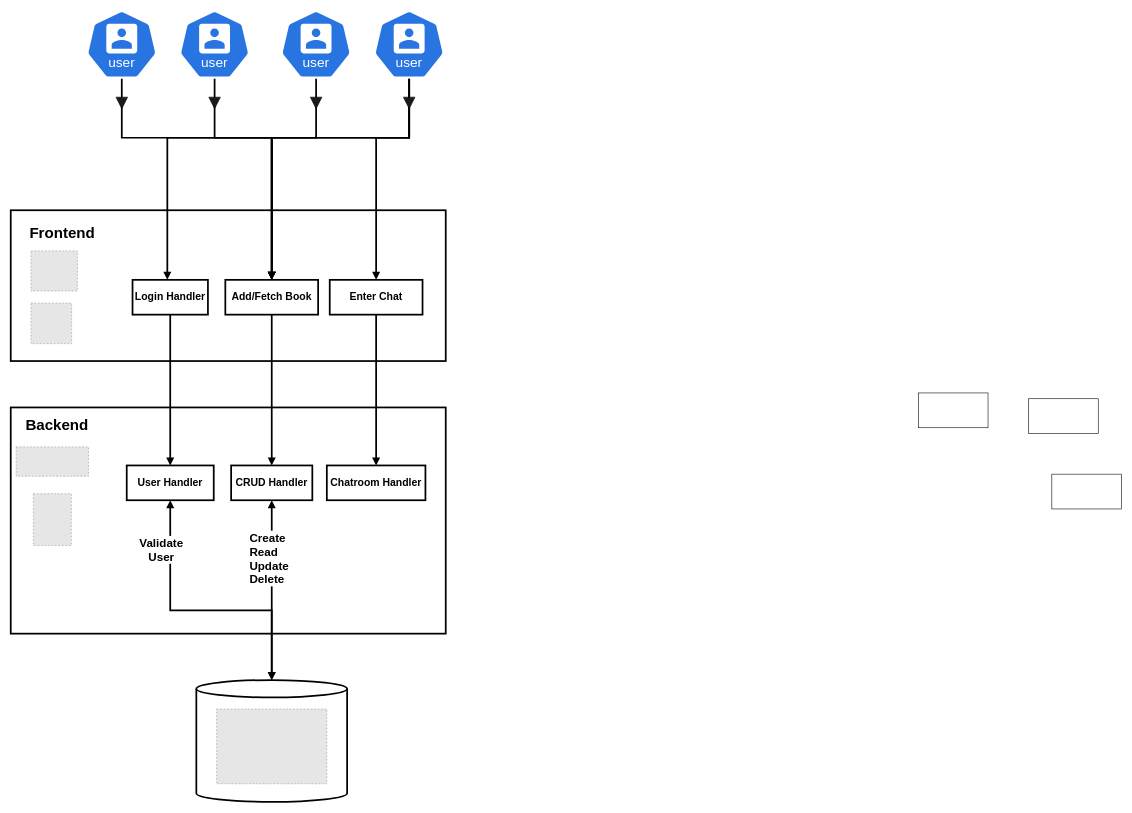
Above: docs/HighLevel_Architecture.drawio in Carnoustie/theinfinitelibrary (draw.io), before the change. Source tidied: cells renumbered, new cells numbered last; positions are measured from the earlier drawing's top-left corner, leaving out a move shared by most shapes. Both pictures are drawn from the tidied source at 58%, with x=0, y=0 at pixel (10, 10). Pictures stored in the file or linked from it are replaced by grey dashed boxes.
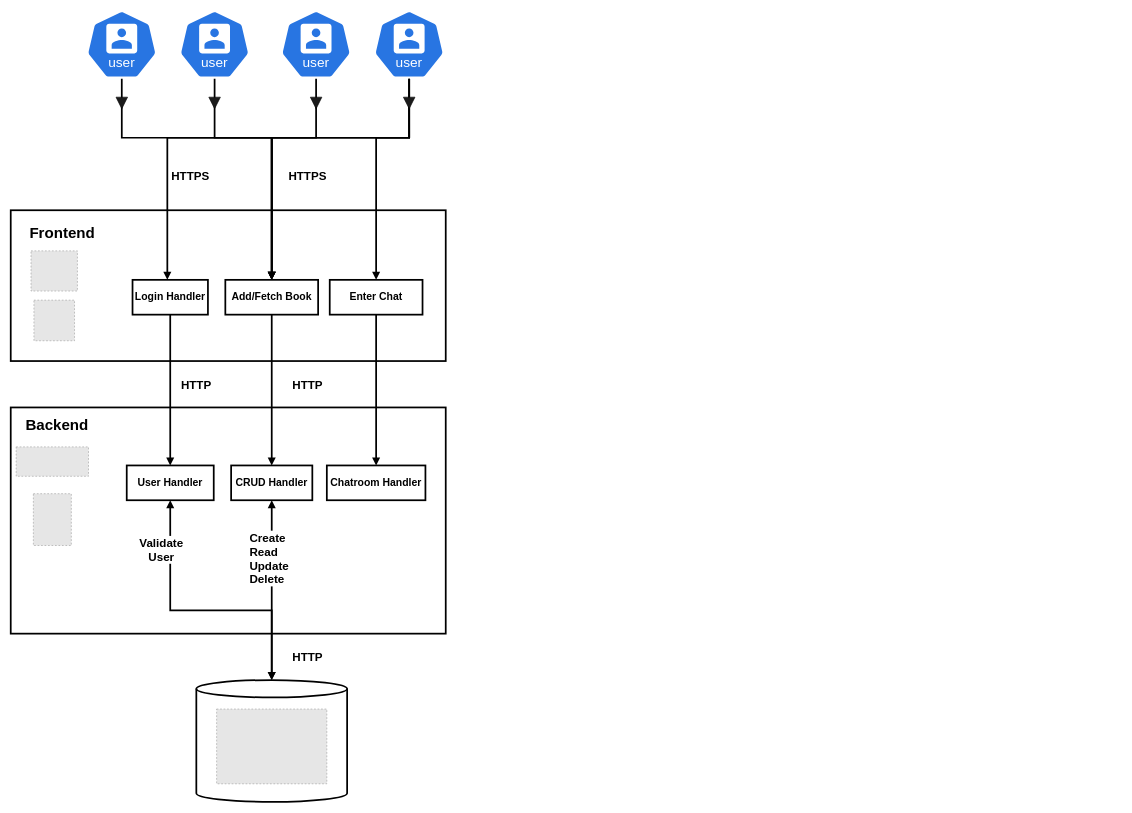
The same page after the edit.

Change to the diagram source:
```diff
@@
-    <mxCell id="4" style="rounded=0;whiteSpace=wrap;html=1;" parent="1" vertex="1">
-      <mxGeometry x="1755" y="670" width="120" height="60" as="geometry" />
-    </mxCell>
-    <mxCell id="5" style="rounded=0;whiteSpace=wrap;html=1;" parent="1" vertex="1">
-      <mxGeometry x="1565" y="660" width="120" height="60" as="geometry" />
-    </mxCell>
@@
-    <mxCell id="7" style="rounded=0;whiteSpace=wrap;html=1;" parent="1" vertex="1">
-      <mxGeometry x="1795" y="800" width="120" height="60" as="geometry" />
-    </mxCell>
-    <mxCell id="8" style="fillColor=#E6E6E6;strokeColor=#999999;dashed=1;verticalLabelPosition=bottom;labelBackgroundColor=default;verticalAlign=top;" parent="1" vertex="1">
-      <mxGeometry x="35" y="505" width="70" height="70" as="geometry" />
-    </mxCell>
@@
+    <mxCell id="42" style="fillColor=#E6E6E6;strokeColor=#999999;dashed=1;verticalLabelPosition=bottom;labelBackgroundColor=default;verticalAlign=top;" parent="1" vertex="1">
+      <mxGeometry x="40" y="500" width="70" height="70" as="geometry" />
+    </mxCell>
+    <mxCell id="43" value="HTTPS" style="text;html=1;align=center;verticalAlign=middle;whiteSpace=wrap;rounded=0;fontFamily=Helvetica;fontSize=20;fontColor=default;labelBackgroundColor=default;fontStyle=1;" parent="1" vertex="1">
+      <mxGeometry x="280" y="270" width="60" height="30" as="geometry" />
+    </mxCell>
+    <mxCell id="44" value="HTTPS" style="text;html=1;align=center;verticalAlign=middle;whiteSpace=wrap;rounded=0;fontFamily=Helvetica;fontSize=20;fontColor=default;labelBackgroundColor=default;fontStyle=1;" parent="1" vertex="1">
+      <mxGeometry x="482" y="270" width="60" height="30" as="geometry" />
+    </mxCell>
+    <mxCell id="45" value="HTTP" style="text;html=1;align=center;verticalAlign=middle;whiteSpace=wrap;rounded=0;fontFamily=Helvetica;fontSize=20;fontColor=default;labelBackgroundColor=default;fontStyle=1;" parent="1" vertex="1">
+      <mxGeometry x="290" y="630" width="60" height="30" as="geometry" />
+    </mxCell>
+    <mxCell id="46" value="HTTP" style="text;html=1;align=center;verticalAlign=middle;whiteSpace=wrap;rounded=0;fontFamily=Helvetica;fontSize=20;fontColor=default;labelBackgroundColor=default;fontStyle=1;" parent="1" vertex="1">
+      <mxGeometry x="482" y="630" width="60" height="30" as="geometry" />
+    </mxCell>
+    <mxCell id="47" value="HTTP" style="text;html=1;align=center;verticalAlign=middle;whiteSpace=wrap;rounded=0;fontFamily=Helvetica;fontSize=20;fontColor=default;labelBackgroundColor=default;fontStyle=1;" parent="1" vertex="1">
+      <mxGeometry x="482" y="1100" width="60" height="30" as="geometry" />
+    </mxCell>
```
